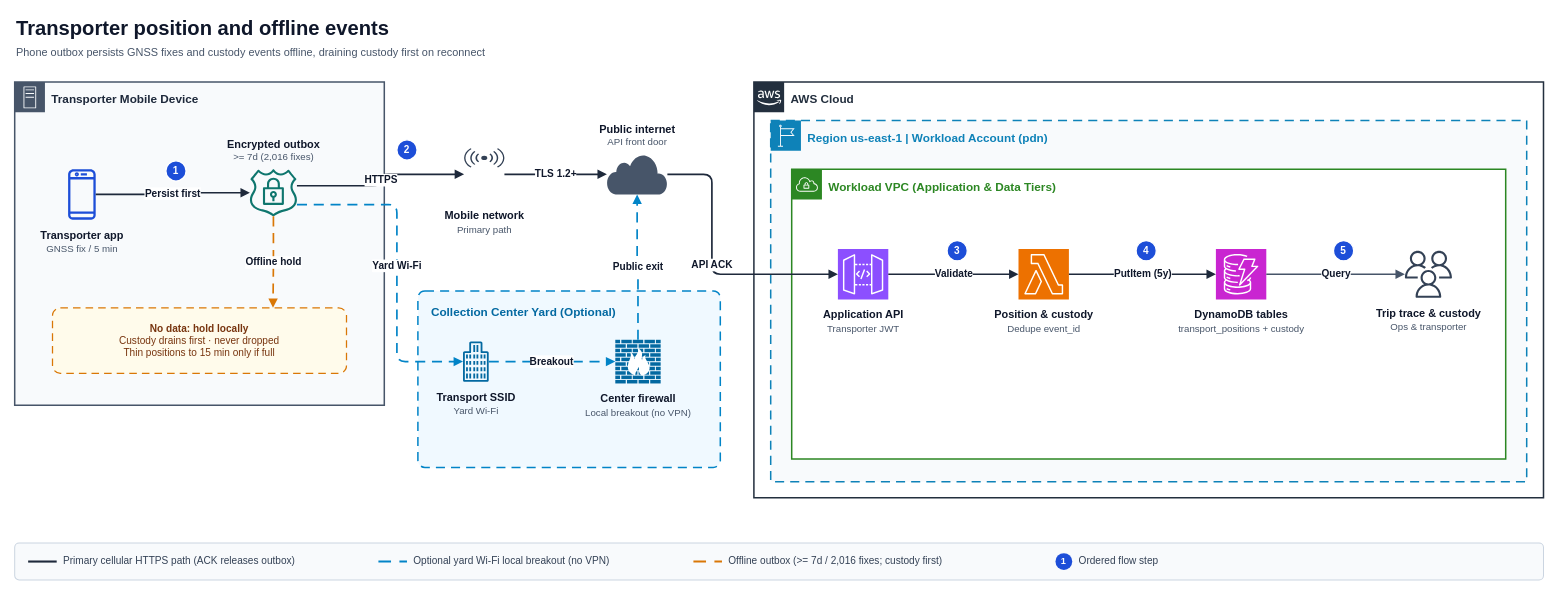
Before: data-paths/transporter-position.drawio in aroma-pacifico/aroma-pacifico-diagrams, a draw.io diagram. Source tidied: cells renumbered, new cells numbered last; positions are measured from the earlier drawing's top-left corner, leaving out a move shared by most shapes. Both pictures are drawn from the tidied source at 84%, with x=0, y=0 at pixel (14, 14).
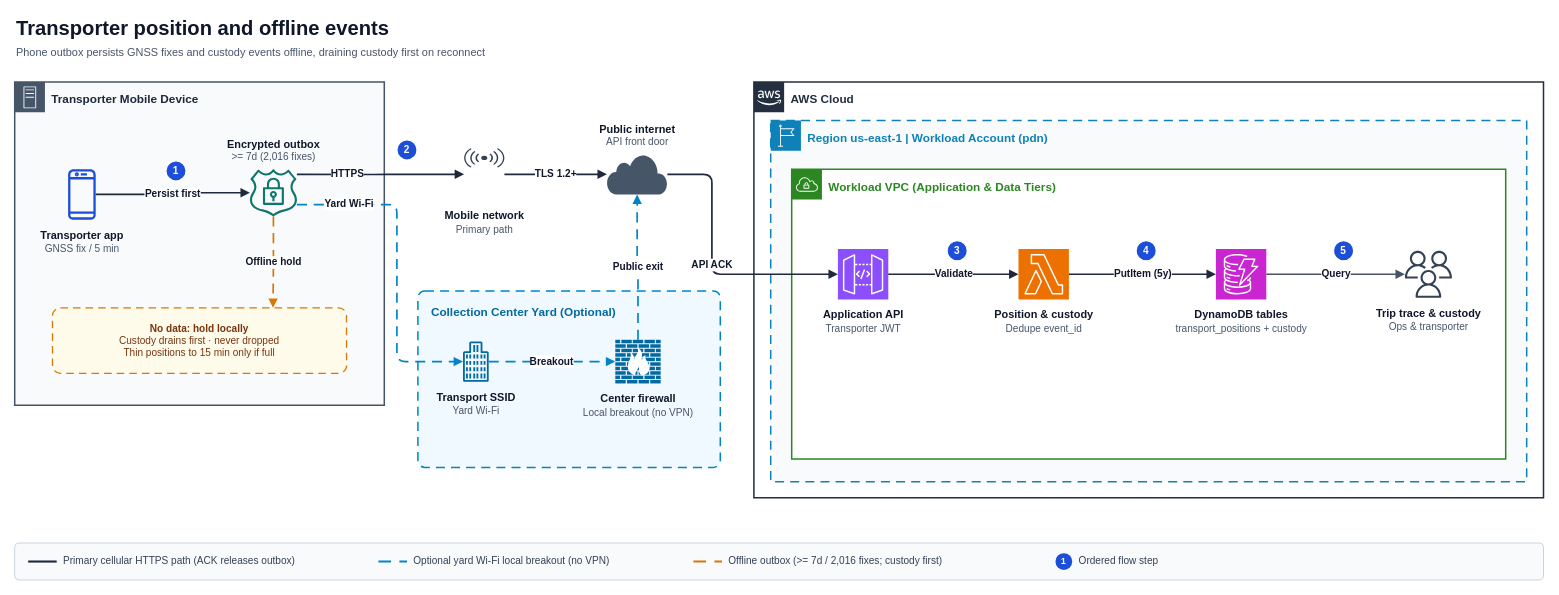
After the change.

Commit message (it also covers changes not shown here):
refactor(design): reroute data-path connectors clear of labels

What changed in the source:
```diff
@@
-    <mxCell id="5" value="&lt;b&gt;Transporter app&lt;/b&gt;&lt;br/&gt;&lt;font color='#475569' style='font-size:11.5px'&gt;GNSS fix / 5 min&lt;/font&gt;" style="shape=mxgraph.aws4.mobile_client;outlineConnect=0;fontColor=#0f172a;fillColor=#1d4ed8;strokeColor=none;verticalLabelPosition=bottom;verticalAlign=top;align=center;html=1;fontSize=13;fontFamily=Helvetica;spacingTop=4;" parent="1" vertex="1">
+    <mxCell id="5" value="&lt;b&gt;Transporter app&lt;/b&gt;&lt;br/&gt;&lt;font color='#475569' style='font-size:12px'&gt;GNSS fix / 5 min&lt;/font&gt;" style="shape=mxgraph.aws4.mobile_client;outlineConnect=0;fontColor=#0f172a;fillColor=#1d4ed8;strokeColor=none;verticalLabelPosition=bottom;verticalAlign=top;align=center;html=1;fontSize=13;fontFamily=Helvetica;spacingTop=4;" parent="1" vertex="1">
       <mxGeometry x="55" y="184" width="50" height="60" as="geometry" />
     </mxCell>
-    <mxCell id="6" value="&lt;b&gt;Encrypted outbox&lt;/b&gt;&lt;br/&gt;&lt;font color='#475569' style='font-size:11.5px'&gt;&amp;gt;= 7d (2,016 fixes)&lt;/font&gt;" style="shape=mxgraph.aws4.ssl_padlock;outlineConnect=0;fontColor=#0f172a;fillColor=#0f766e;strokeColor=none;verticalLabelPosition=top;verticalAlign=bottom;align=center;html=1;fontSize=13;fontFamily=Helvetica;spacingBottom=4;" parent="1" vertex="1">
+    <mxCell id="6" value="&lt;b&gt;Encrypted outbox&lt;/b&gt;&lt;br/&gt;&lt;font color='#475569' style='font-size:12px'&gt;&amp;gt;= 7d (2,016 fixes)&lt;/font&gt;" style="shape=mxgraph.aws4.ssl_padlock;outlineConnect=0;fontColor=#0f172a;fillColor=#0f766e;strokeColor=none;verticalLabelPosition=top;verticalAlign=bottom;align=center;html=1;fontSize=13;fontFamily=Helvetica;spacingBottom=4;" parent="1" vertex="1">
       <mxGeometry x="280" y="184" width="56" height="56" as="geometry" />
     </mxCell>
@@
-    <mxCell id="11" value="&lt;b&gt;Mobile network&lt;/b&gt;&lt;br/&gt;&lt;font color='#475569' style='font-size:11.5px'&gt;Primary path&lt;/font&gt;" style="shape=mxgraph.networks.radio_tower;outlineConnect=0;fontColor=#0f172a;fillColor=#334155;strokeColor=none;verticalLabelPosition=bottom;verticalAlign=top;align=center;html=1;fontSize=13;fontFamily=Helvetica;spacingTop=4;" parent="1" vertex="1">
+    <mxCell id="11" value="&lt;b&gt;Mobile network&lt;/b&gt;&lt;br/&gt;&lt;font color='#475569' style='font-size:12px'&gt;Primary path&lt;/font&gt;" style="shape=mxgraph.networks.radio_tower;outlineConnect=0;fontColor=#0f172a;fillColor=#334155;strokeColor=none;verticalLabelPosition=bottom;verticalAlign=top;align=center;html=1;fontSize=13;fontFamily=Helvetica;spacingTop=4;" parent="1" vertex="1">
       <mxGeometry x="535" y="159" width="48" height="62" as="geometry" />
     </mxCell>
-    <mxCell id="12" value="&lt;b&gt;Public internet&lt;/b&gt;&lt;br/&gt;&lt;font color='#475569' style='font-size:11.5px'&gt;API front door&lt;/font&gt;" style="shape=mxgraph.networks.cloud;outlineConnect=0;fontColor=#0f172a;fillColor=#475569;strokeColor=none;verticalLabelPosition=top;verticalAlign=bottom;align=center;html=1;fontSize=13;fontFamily=Helvetica;spacingBottom=4;" parent="1" vertex="1">
+    <mxCell id="12" value="&lt;b&gt;Public internet&lt;/b&gt;&lt;br/&gt;&lt;font color='#475569' style='font-size:12px'&gt;API front door&lt;/font&gt;" style="shape=mxgraph.networks.cloud;outlineConnect=0;fontColor=#0f172a;fillColor=#475569;strokeColor=none;verticalLabelPosition=top;verticalAlign=bottom;align=center;html=1;fontSize=13;fontFamily=Helvetica;spacingBottom=4;" parent="1" vertex="1">
       <mxGeometry x="705" y="166" width="72" height="48" as="geometry" />
     </mxCell>
@@
-    <mxCell id="14" value="&lt;b&gt;Transport SSID&lt;/b&gt;&lt;br/&gt;&lt;font color='#475569' style='font-size:11.5px'&gt;Yard Wi-Fi&lt;/font&gt;" style="shape=mxgraph.aws4.office_building;outlineConnect=0;fontColor=#0f172a;fillColor=#0369a1;strokeColor=none;verticalLabelPosition=bottom;verticalAlign=top;align=center;html=1;fontSize=13;fontFamily=Helvetica;spacingTop=4;" parent="1" vertex="1">
+    <mxCell id="14" value="&lt;b&gt;Transport SSID&lt;/b&gt;&lt;br/&gt;&lt;font color='#475569' style='font-size:12px'&gt;Yard Wi-Fi&lt;/font&gt;" style="shape=mxgraph.aws4.office_building;outlineConnect=0;fontColor=#0f172a;fillColor=#0369a1;strokeColor=none;verticalLabelPosition=bottom;verticalAlign=top;align=center;html=1;fontSize=13;fontFamily=Helvetica;spacingTop=4;" parent="1" vertex="1">
       <mxGeometry x="525" y="389" width="48" height="48" as="geometry" />
     </mxCell>
-    <mxCell id="15" value="&lt;b&gt;Center firewall&lt;/b&gt;&lt;br/&gt;&lt;font color='#475569' style='font-size:11.5px'&gt;Local breakout (no VPN)&lt;/font&gt;" style="shape=mxgraph.networks.firewall;outlineConnect=0;fontColor=#0f172a;fillColor=#0369a1;strokeColor=none;verticalLabelPosition=bottom;verticalAlign=top;align=center;html=1;fontSize=13;fontFamily=Helvetica;spacingTop=4;" parent="1" vertex="1">
+    <mxCell id="15" value="&lt;b&gt;Center firewall&lt;/b&gt;&lt;br/&gt;&lt;font color='#475569' style='font-size:12px'&gt;Local breakout (no VPN)&lt;/font&gt;" style="shape=mxgraph.networks.firewall;outlineConnect=0;fontColor=#0f172a;fillColor=#0369a1;strokeColor=none;verticalLabelPosition=bottom;verticalAlign=top;align=center;html=1;fontSize=13;fontFamily=Helvetica;spacingTop=4;" parent="1" vertex="1">
       <mxGeometry x="715" y="387" width="54" height="52" as="geometry" />
     </mxCell>
@@
-    <mxCell id="17" value="HTTPS" style="edgeStyle=orthogonalEdgeStyle;rounded=1;jettySize=auto;html=1;strokeColor=#1e293b;strokeWidth=2;dashed=0;endArrow=block;endFill=1;fontColor=#0f172a;fontSize=12;fontStyle=1;fontFamily=Helvetica;labelBackgroundColor=#ffffff;labelBorderColor=none;spacing=4;exitX=1;exitY=0.35;exitDx=0;exitDy=0;entryX=0;entryY=0.5;entryDx=0;entryDy=0;" parent="1" edge="1" source="6" target="11">
-      <mxGeometry relative="1" as="geometry" />
+    <mxCell id="17" value="HTTPS" style="edgeStyle=orthogonalEdgeStyle;rounded=1;jettySize=auto;html=1;strokeColor=#1e293b;strokeWidth=2;dashed=0;endArrow=block;endFill=1;fontColor=#0f172a;fontSize=12;fontStyle=1;fontFamily=Helvetica;labelBackgroundColor=#ffffff;labelBorderColor=none;spacing=4;exitX=1;exitY=0.11;exitDx=0;exitDy=0;entryX=0;entryY=0.5;entryDx=0;entryDy=0;" parent="1" edge="1" source="6" target="11">
+      <mxGeometry x="-0.4" relative="1" as="geometry" />
     </mxCell>
@@
     <mxCell id="19" value="Yard Wi-Fi" style="edgeStyle=orthogonalEdgeStyle;rounded=1;jettySize=auto;html=1;strokeColor=#0284c7;strokeWidth=2;dashed=1;dashPattern=6 4;endArrow=block;endFill=1;fontColor=#0f172a;fontSize=12;fontStyle=1;fontFamily=Helvetica;labelBackgroundColor=#ffffff;labelBorderColor=none;spacing=4;exitX=1;exitY=0.75;exitDx=0;exitDy=0;entryX=0;entryY=0.5;entryDx=0;entryDy=0;" parent="1" edge="1" source="6" target="14">
-      <mxGeometry relative="1" as="geometry">
+      <mxGeometry x="-0.68" relative="1" as="geometry">
         <Array as="points">
           <mxPoint x="455" y="226" />
           <mxPoint x="455" y="413" />
         </Array>
       </mxGeometry>
     </mxCell>
@@
-    <mxCell id="25" value="&lt;b&gt;Application API&lt;/b&gt;&lt;br/&gt;&lt;font color='#475569' style='font-size:11.5px'&gt;Transporter JWT&lt;/font&gt;" style="shape=mxgraph.aws4.resourceIcon;resIcon=mxgraph.aws4.api_gateway;outlineConnect=0;fontColor=#0f172a;fillColor=#8C4FFF;strokeColor=#ffffff;dashed=0;verticalLabelPosition=bottom;verticalAlign=top;align=center;html=1;fontSize=13;fontFamily=Helvetica;spacingTop=4;" parent="1" vertex="1">
+    <mxCell id="25" value="&lt;b&gt;Application API&lt;/b&gt;&lt;br/&gt;&lt;font color='#475569' style='font-size:12px'&gt;Transporter JWT&lt;/font&gt;" style="shape=mxgraph.aws4.resourceIcon;resIcon=mxgraph.aws4.api_gateway;outlineConnect=0;fontColor=#0f172a;fillColor=#8C4FFF;strokeColor=#ffffff;dashed=0;verticalLabelPosition=bottom;verticalAlign=top;align=center;html=1;fontSize=13;fontFamily=Helvetica;spacingTop=4;" parent="1" vertex="1">
       <mxGeometry x="980" y="279" width="60" height="60" as="geometry" />
     </mxCell>
-    <mxCell id="26" value="&lt;b&gt;Position &amp;amp; custody&lt;/b&gt;&lt;br/&gt;&lt;font color='#475569' style='font-size:11.5px'&gt;Dedupe event_id&lt;/font&gt;" style="shape=mxgraph.aws4.resourceIcon;resIcon=mxgraph.aws4.lambda;outlineConnect=0;fontColor=#0f172a;fillColor=#ED7100;strokeColor=#ffffff;dashed=0;verticalLabelPosition=bottom;verticalAlign=top;align=center;html=1;fontSize=13;fontFamily=Helvetica;spacingTop=4;" parent="1" vertex="1">
+    <mxCell id="26" value="&lt;b&gt;Position &amp;amp; custody&lt;/b&gt;&lt;br/&gt;&lt;font color='#475569' style='font-size:12px'&gt;Dedupe event_id&lt;/font&gt;" style="shape=mxgraph.aws4.resourceIcon;resIcon=mxgraph.aws4.lambda;outlineConnect=0;fontColor=#0f172a;fillColor=#ED7100;strokeColor=#ffffff;dashed=0;verticalLabelPosition=bottom;verticalAlign=top;align=center;html=1;fontSize=13;fontFamily=Helvetica;spacingTop=4;" parent="1" vertex="1">
       <mxGeometry x="1195" y="279" width="60" height="60" as="geometry" />
     </mxCell>
-    <mxCell id="27" value="&lt;b&gt;DynamoDB tables&lt;/b&gt;&lt;br/&gt;&lt;font color='#475569' style='font-size:11.5px'&gt;transport_positions + custody&lt;/font&gt;" style="shape=mxgraph.aws4.resourceIcon;resIcon=mxgraph.aws4.dynamodb;outlineConnect=0;fontColor=#0f172a;fillColor=#C925D1;strokeColor=#ffffff;dashed=0;verticalLabelPosition=bottom;verticalAlign=top;align=center;html=1;fontSize=13;fontFamily=Helvetica;spacingTop=4;" parent="1" vertex="1">
+    <mxCell id="27" value="&lt;b&gt;DynamoDB tables&lt;/b&gt;&lt;br/&gt;&lt;font color='#475569' style='font-size:12px'&gt;transport_positions + custody&lt;/font&gt;" style="shape=mxgraph.aws4.resourceIcon;resIcon=mxgraph.aws4.dynamodb;outlineConnect=0;fontColor=#0f172a;fillColor=#C925D1;strokeColor=#ffffff;dashed=0;verticalLabelPosition=bottom;verticalAlign=top;align=center;html=1;fontSize=13;fontFamily=Helvetica;spacingTop=4;" parent="1" vertex="1">
       <mxGeometry x="1430" y="279" width="60" height="60" as="geometry" />
     </mxCell>
-    <mxCell id="28" value="&lt;b&gt;Trip trace &amp;amp; custody&lt;/b&gt;&lt;br/&gt;&lt;font color='#475569' style='font-size:11.5px'&gt;Ops &amp;amp; transporter&lt;/font&gt;" style="shape=mxgraph.aws4.users;outlineConnect=0;fontColor=#0f172a;fillColor=#334155;strokeColor=none;verticalLabelPosition=bottom;verticalAlign=top;align=center;html=1;fontSize=13;fontFamily=Helvetica;spacingTop=4;" parent="1" vertex="1">
+    <mxCell id="28" value="&lt;b&gt;Trip trace &amp;amp; custody&lt;/b&gt;&lt;br/&gt;&lt;font color='#475569' style='font-size:12px'&gt;Ops &amp;amp; transporter&lt;/font&gt;" style="shape=mxgraph.aws4.users;outlineConnect=0;fontColor=#0f172a;fillColor=#334155;strokeColor=none;verticalLabelPosition=bottom;verticalAlign=top;align=center;html=1;fontSize=13;fontFamily=Helvetica;spacingTop=4;" parent="1" vertex="1">
       <mxGeometry x="1655" y="281" width="56" height="56" as="geometry" />
     </mxCell>
```
